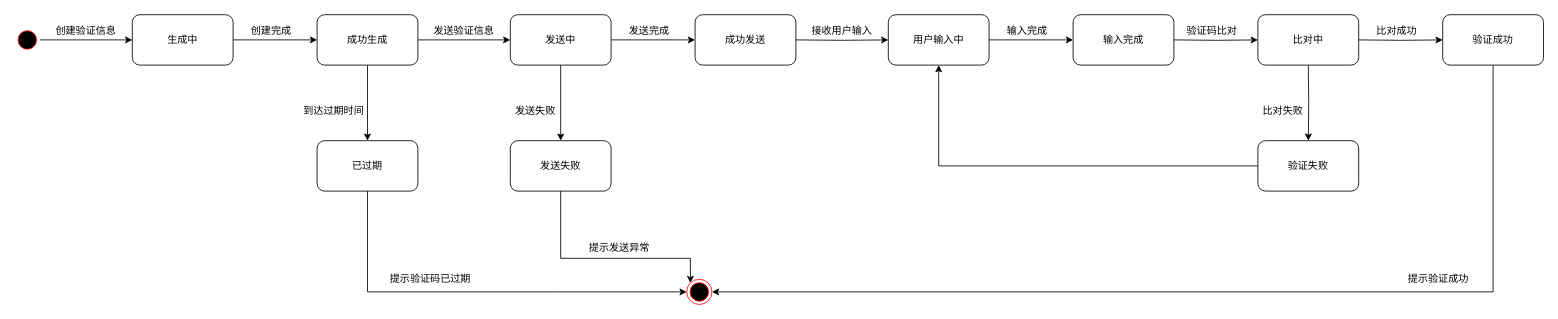
Above: Vertification状态图.drawio in PomeloLemon/SoftwareDiagrams (draw.io), before the change. Source tidied: cells renumbered, new cells numbered last; positions are measured from the earlier drawing's top-left corner, leaving out a move shared by most shapes. Both pictures are drawn from the tidied source at 84%, with x=0, y=0 at pixel (14, 14).
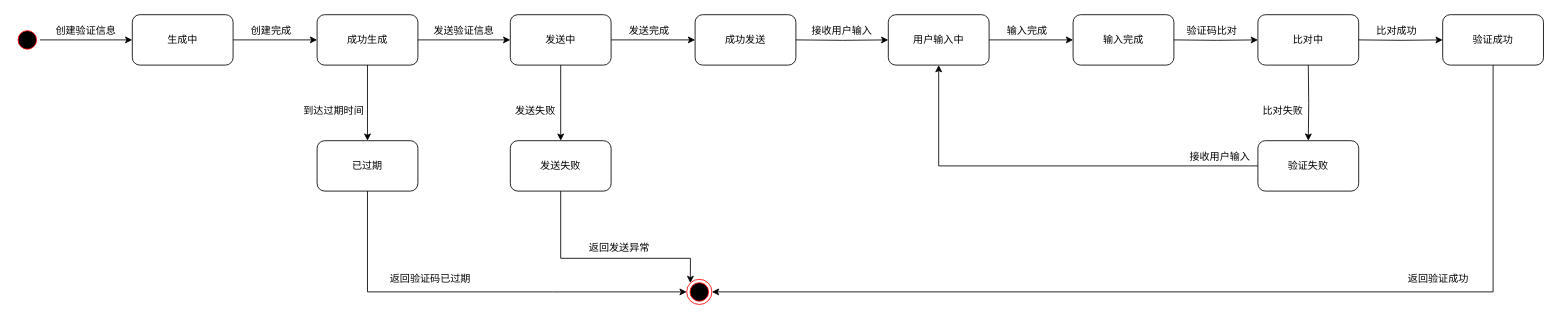
After the change.

Commit message (it also covers changes not shown here):
更新Vertification状态图.drawio

Change to the diagram source:
```diff
@@
-    <mxCell id="33" value="提示验证码已过期" style="text;html=1;strokeColor=none;fillColor=none;align=center;verticalAlign=middle;whiteSpace=wrap;rounded=0;" parent="1" vertex="1">
+    <mxCell id="33" value="返回验证码已过期" style="text;html=1;strokeColor=none;fillColor=none;align=center;verticalAlign=middle;whiteSpace=wrap;rounded=0;" parent="1" vertex="1">
       <mxGeometry x="430" y="300" width="130" height="30" as="geometry" />
     </mxCell>
-    <mxCell id="34" value="提示发送异常" style="text;html=1;strokeColor=none;fillColor=none;align=center;verticalAlign=middle;whiteSpace=wrap;rounded=0;" parent="1" vertex="1">
+    <mxCell id="34" value="返回发送异常" style="text;html=1;strokeColor=none;fillColor=none;align=center;verticalAlign=middle;whiteSpace=wrap;rounded=0;" parent="1" vertex="1">
       <mxGeometry x="670" y="263" width="100" height="30" as="geometry" />
     </mxCell>
@@
-    <mxCell id="39" value="提示验证成功" style="text;html=1;strokeColor=none;fillColor=none;align=center;verticalAlign=middle;whiteSpace=wrap;rounded=0;" parent="1" vertex="1">
+    <mxCell id="39" value="返回验证成功" style="text;html=1;strokeColor=none;fillColor=none;align=center;verticalAlign=middle;whiteSpace=wrap;rounded=0;" parent="1" vertex="1">
       <mxGeometry x="1620" y="300" width="150" height="30" as="geometry" />
     </mxCell>
@@
+    <mxCell id="44" value="接收用户输入" style="text;html=1;strokeColor=none;fillColor=none;align=center;verticalAlign=middle;whiteSpace=wrap;rounded=0;" parent="1" vertex="1">
+      <mxGeometry x="1370" y="154" width="130" height="30" as="geometry" />
+    </mxCell>
```
